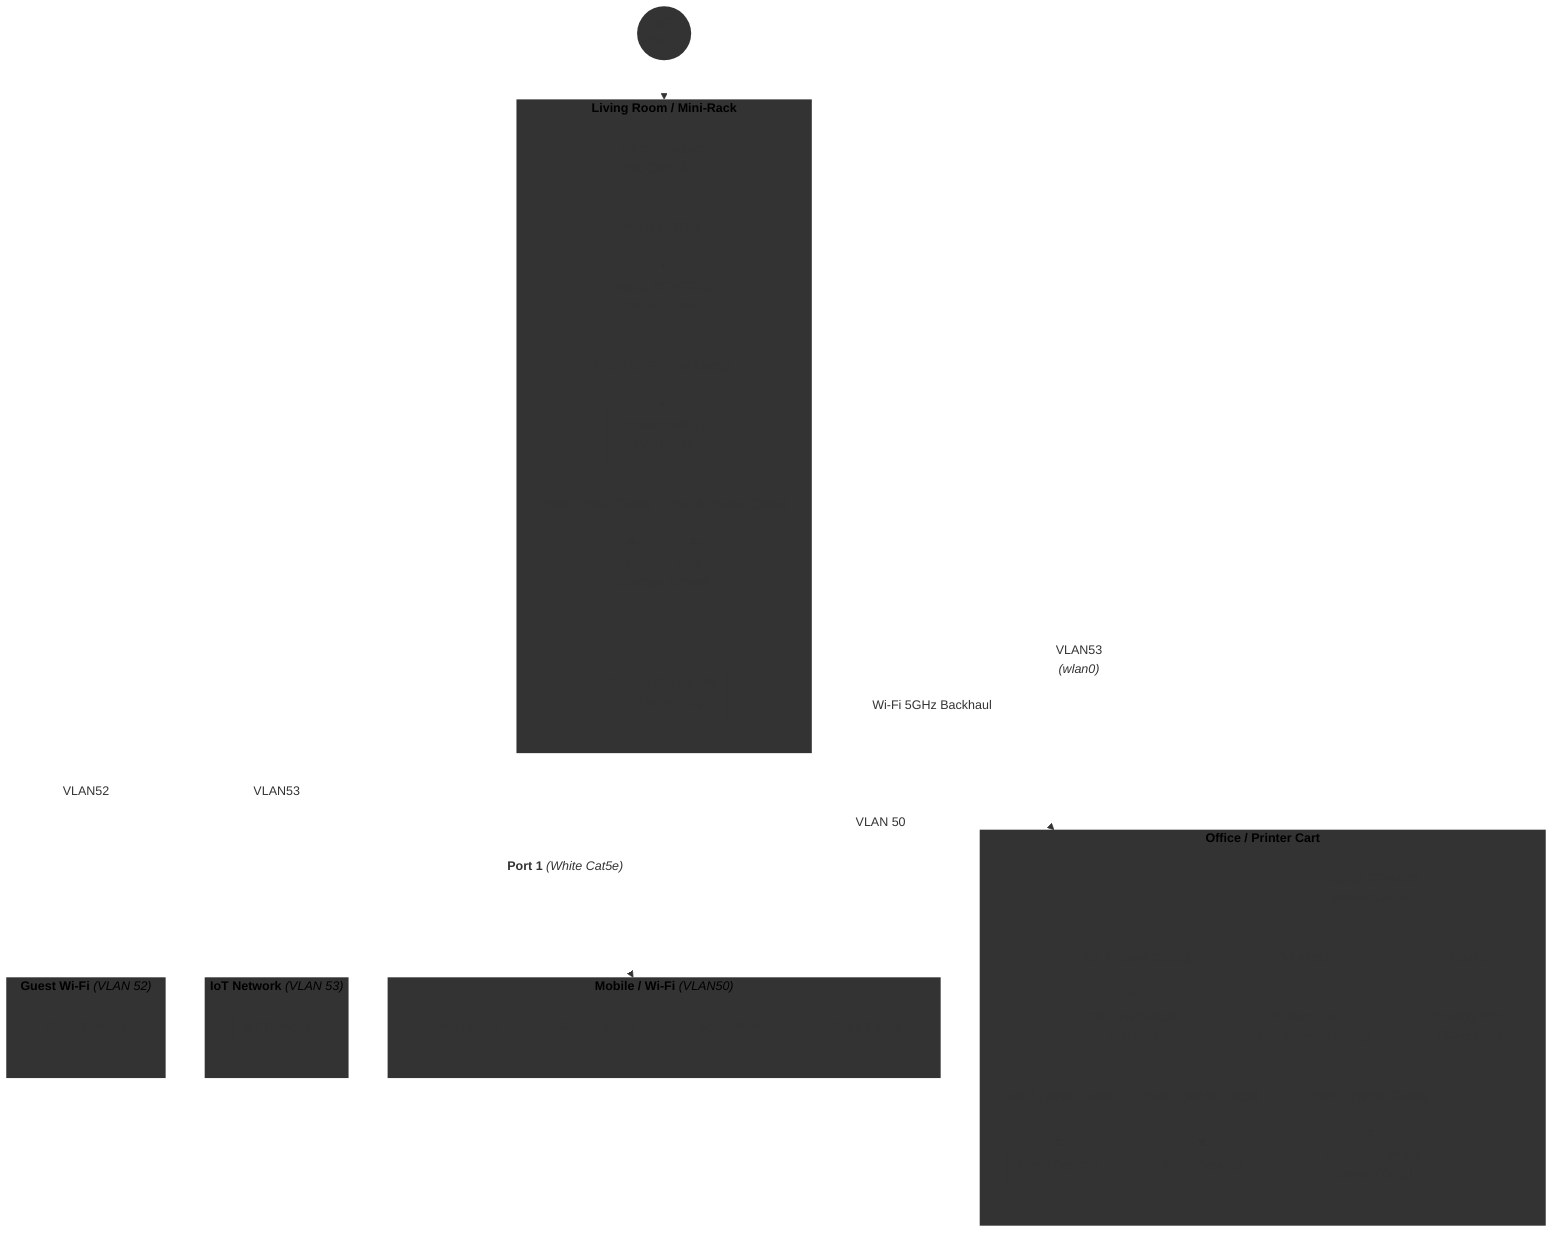
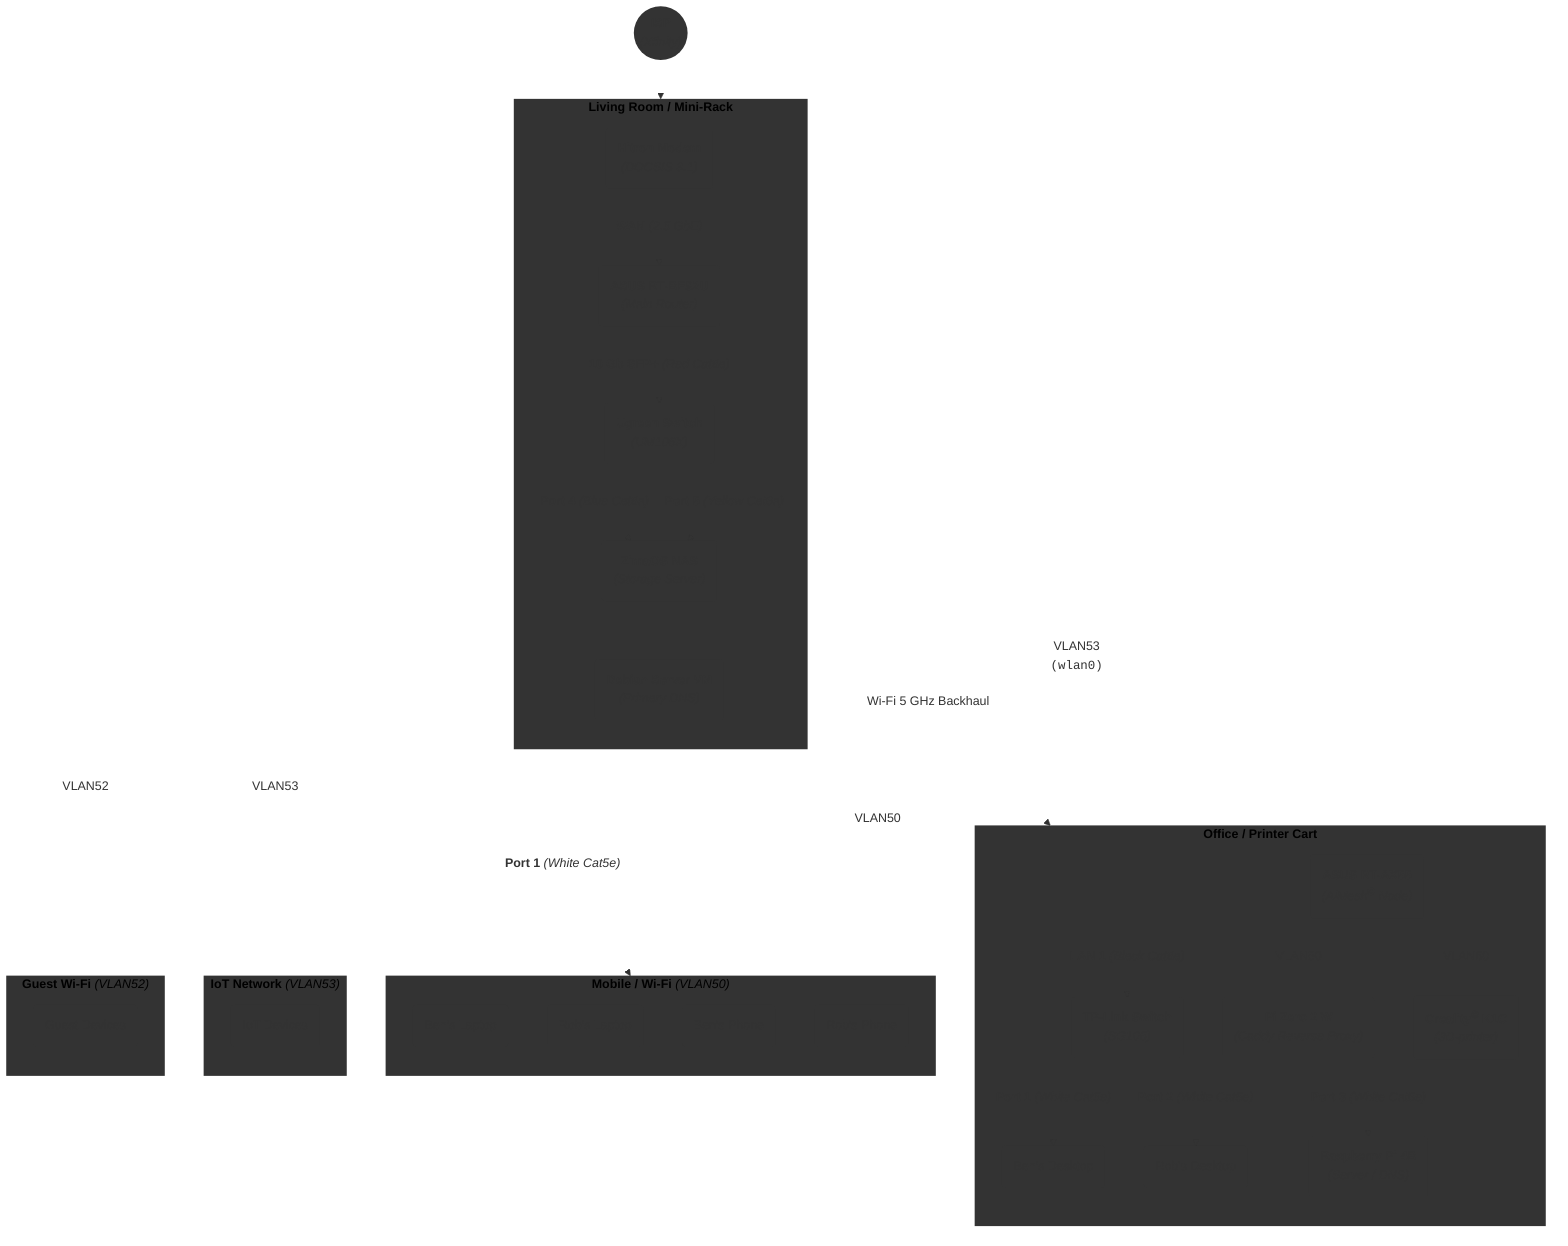
%%{
  init: {
    "themeCSS": ".node.isp rect, .node.isp polygon, .node.isp circle, .node.isp path { fill: var(--isp-bg) !important; stroke: var(--isp-border) !important; stroke-width: 2px !important; } .node.multi rect, .node.multi polygon, .node.multi circle, .node.multi path { fill: var(--multi-bg) !important; stroke: var(--multi-border) !important; stroke-width: 2px !important; } .node.tenGb rect, .node.tenGb polygon, .node.tenGb circle, .node.tenGb path { fill: var(--tengb-bg) !important; stroke: var(--tengb-border) !important; stroke-width: 2px !important; } .node.twoFiveGb rect, .node.twoFiveGb polygon, .node.twoFiveGb circle, .node.twoFiveGb path { fill: var(--twofivegb-bg) !important; stroke: var(--twofivegb-border) !important; stroke-width: 2px !important; } .node.twoFiveGbTemp rect, .node.twoFiveGbTemp polygon, .node.twoFiveGbTemp circle, .node.twoFiveGbTemp path { fill: var(--twofivegb-bg) !important; stroke: var(--twofivegb-border) !important; stroke-width: 2px !important; stroke-dasharray: 5 5 !important; } .node.gigabit rect, .node.gigabit polygon, .node.gigabit circle, .node.gigabit path { fill: var(--gigabit-bg) !important; stroke: var(--gigabit-border) !important; stroke-width: 2px !important; } .node.gigabitTemp rect, .node.gigabitTemp polygon, .node.gigabitTemp circle, .node.gigabitTemp path { fill: var(--gigabit-bg) !important; stroke: var(--gigabit-border) !important; stroke-width: 2px !important; stroke-dasharray: 5 5 !important; } .node.wifi rect, .node.wifi polygon, .node.wifi circle, .node.wifi path { fill: var(--wifi-bg) !important; stroke: var(--wifi-border) !important; stroke-width: 2px !important; stroke-dasharray: 5 5 !important; } .nodeLabel { color: var(--node-text) !important; } .node text { fill: var(--node-text) !important; } .cluster rect { fill: var(--subgraph-bg) !important; stroke: var(--subgraph-border) !important; stroke-width: 1px !important; } .cluster-label text, .cluster text { fill: var(--node-text) !important; } .cluster-label span, .cluster span { color: var(--node-text) !important; } .edgeLabel, .edgeLabel span, .edgeLabel p, .labelBkg, .htmlLabel { background-color: var(--edge-bg) !important; color: var(--edge-text) !important; } .edgeLabel rect { fill: var(--edge-bg) !important; } .edgeLabel text { fill: var(--edge-text) !important; } .edgePath path, .flowchart-link { stroke: var(--edge-line) !important; } .marker path, .arrowheadPath { fill: var(--edge-line) !important; stroke: var(--edge-line) !important; }"
  }
}%%

graph TD
    %% --- Dummy Class Definitions (To register the classes on the SVGs) ---
    classDef isp fill: stroke:;
    classDef multi fill: stroke:;
    classDef tenGb fill: stroke:;
    classDef twoFiveGb fill: stroke:;
    classDef twoFiveGbTemp fill: stroke:;
    classDef gigabit fill: stroke:;
    classDef gigabitTemp fill: stroke:;
    classDef wifi fill: stroke:;

%% --- Nodes --- %%

    %% --- ISP --- %%
    ISP(("<b>ISP</b><br><i>(Xfinity)</i>")):::isp

    %% --- Living Room / Mini-Rack --- %%
    subgraph Living_Room ["<b>Living Room / Mini-Rack</b>"]
        direction TB
        Modem("<b>Hitron Modem</b><br><i>(DOCSIS 3.1)</i>"):::twoFiveGb
        RouterMain("<b>ASUS RT-BE92U</b><br><i>(Main Router)</i>"):::tenGb
        SwitchAgg("<b>Ugreen Switch</b><br><i>(UM106X)</i>"):::tenGb
        Zima("<b>ZimaOS NAS</b><br><i>(Storage Server)</i>"):::twoFiveGb
        VM("<b>Debian Server VM</b><br><i>(Primary DNS)</i>"):::multi
    end

    %% --- Office / Printer Cart --- %%
    subgraph Office ["<b>Office / Printer Cart</b>"]
        direction TB
-         MeshNode("<b>ASUS RT-AX55</b><br><i>(AiMesh Node)</i>"):::gigabit
+         MeshNode("<b>ASUS RT-AX55</b><br><i>(AiMesh<sup>&copy;</sup> Node)</i>"):::gigabit
        SwitchOffice("<b>TP-Link Switch</b><br><i>(SG105)</i>"):::gigabit
        DesktopBen("Ben's Desktop"):::gigabit
        DesktopRob("Rob's Desktop"):::gigabit
        Pi4("<b>Raspberry Pi 4B</b><br><i>(Server / DNS)</i>"):::gigabit
        PiZero("<b>Pi Zero 2 W</b><br><i>(Caddy Reverse Proxy)</i>"):::wifi
-         Printer3D("<b>Creality K1C</b><br><i>(3D-printer)</i>"):::wifi
+         Printer3D("<b>Creality<sup>&copy;</sup> K1C</b><br><i>(3D-printer)</i>"):::wifi
    end

    %% --- Mobile / Wi-Fi --- %%
    subgraph Mobile ["<b>Mobile / Wi-Fi</b> <i>(VLAN50)</i>"]
        direction TB
        LaptopBen("Ben's Laptop"):::wifi
        LaptopRob("Rob's Laptop"):::twoFiveGbTemp
        PhoneBen("Ben's Phone"):::wifi
        PhoneRob("Rob's Phone"):::wifi
    end

    %% --- IoT Network (VLAN53) --- %%
-     subgraph IoT ["<b>IoT Network</b> <i>(VLAN 53)</i>"]
+     subgraph IoT ["<b>IoT Network</b> <i>(VLAN53)</i>"]
        direction TB
        IoTDevices("IoT Devices"):::wifi
    end

    %% --- Guest Wi-Fi (VLAN52) --- %%
-     subgraph Guest ["<b>Guest Wi-Fi</b> <i>(VLAN 52)</i>"]
+     subgraph Guest ["<b>Guest Wi-Fi</b> <i>(VLAN52)</i>"]
        direction TB
        GuestDevices("Guest Devices"):::wifi
    end

%% --- Connections --- %%

    %% --- WAN / Uplinks --- %%
    ISP ==> Modem
-     Modem == "<b>WAN</b> <i>(2.5Gb)</i>" ==> RouterMain
+     Modem == "<b>WAN</b> <i>(2.5 GbE)</i>" ==> RouterMain

    %% --- 10Gb Core Backbone --- %%
-     RouterMain == "<b>10Gb SFP+</b> <i>(Red Cat6a)</i>" ==> SwitchAgg
+     RouterMain == "<b>10 Gb SFP+</b> <i>(Red Cat6a)</i>" ==> SwitchAgg

    %% --- Living Room Connections --- %%
    SwitchAgg -- "<b>Port 1</b> <i>(White Cat5e)</i>" --> LaptopRob
    SwitchAgg -- "<b>Port 4</b> <i>(Blue Cat6a)</i>" --> Zima
    SwitchAgg -- "<b>Port 5</b> <i>(Yellow Cat6a)</i>" --> Zima

    %% --- Virtual Connections --- %%
    Zima -.- VM

    %% --- Wireless Backhaul to AiMesh Node --- %%
-     RouterMain == "Wi-Fi 5GHz Backhaul" ==> MeshNode
+     RouterMain == "Wi-Fi 5 GHz Backhaul" ==> MeshNode

    %% --- Office Connections --- %%
    MeshNode == "<b>LAN 1</b> <i>(Black Cat6a)</i>" ==> SwitchOffice
    SwitchOffice -- "<b>Port 1</b> <i>(White Cat5e)</i>" --> DesktopBen
    SwitchOffice -- "<b>Port 2</b> <i>(White Cat5e)</i>" --> DesktopRob
    SwitchOffice -- "<b>Port 3</b> <i>(White Cat5e)</i>" --> Pi4

    %% Wi-Fi Connections --- %%
    RouterMain -. "VLAN52" .- GuestDevices
    RouterMain -. "VLAN53" .- IoTDevices
    MeshNode -. "VLAN50" .- PiZero
-     RouterMain -. "VLAN53<br><i>(wlan0)</i>" .- Pi4
+     RouterMain -. "VLAN53<br><code>(wlan0)</code>" .- Pi4
    MeshNode -. "VLAN50" .- Printer3D
-     RouterMain -. "VLAN 50" .- Mobile+     RouterMain -. "VLAN50" .- Mobile